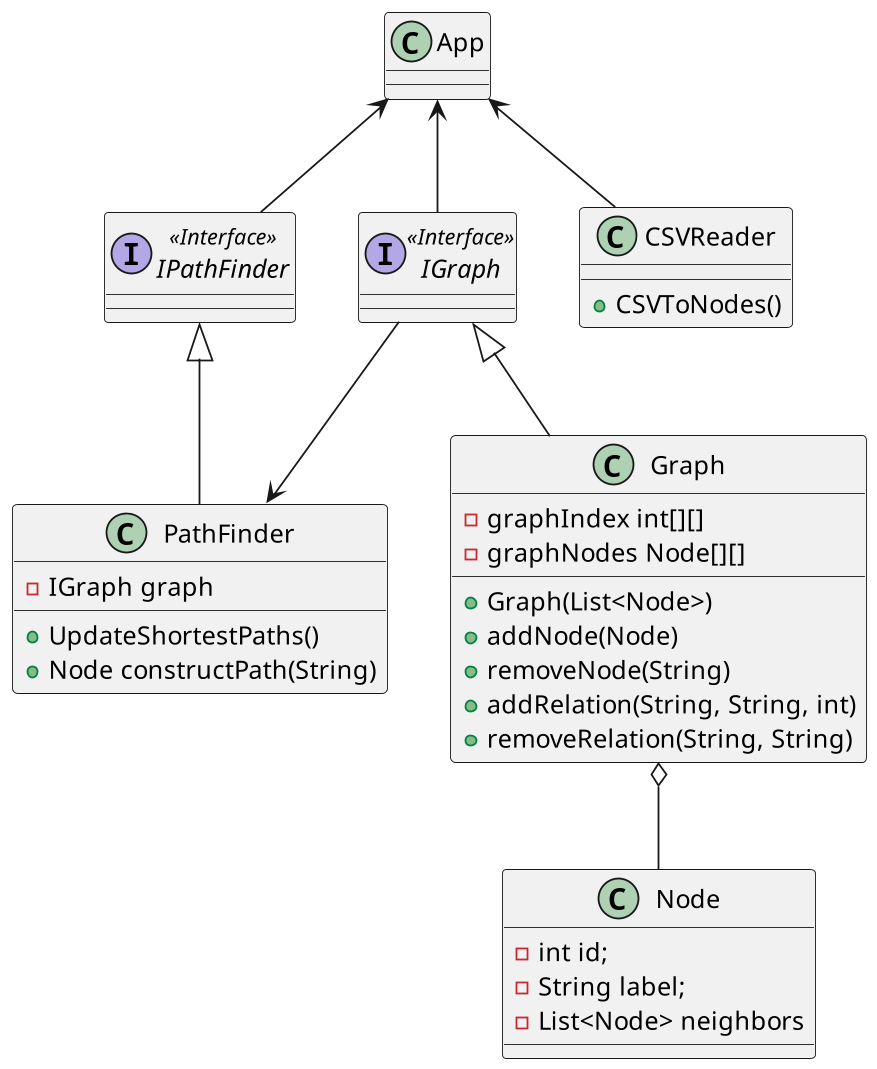
This is classes_UML.png from DanielRasho/HT-10, a PlantUML export, as it was before one commit.
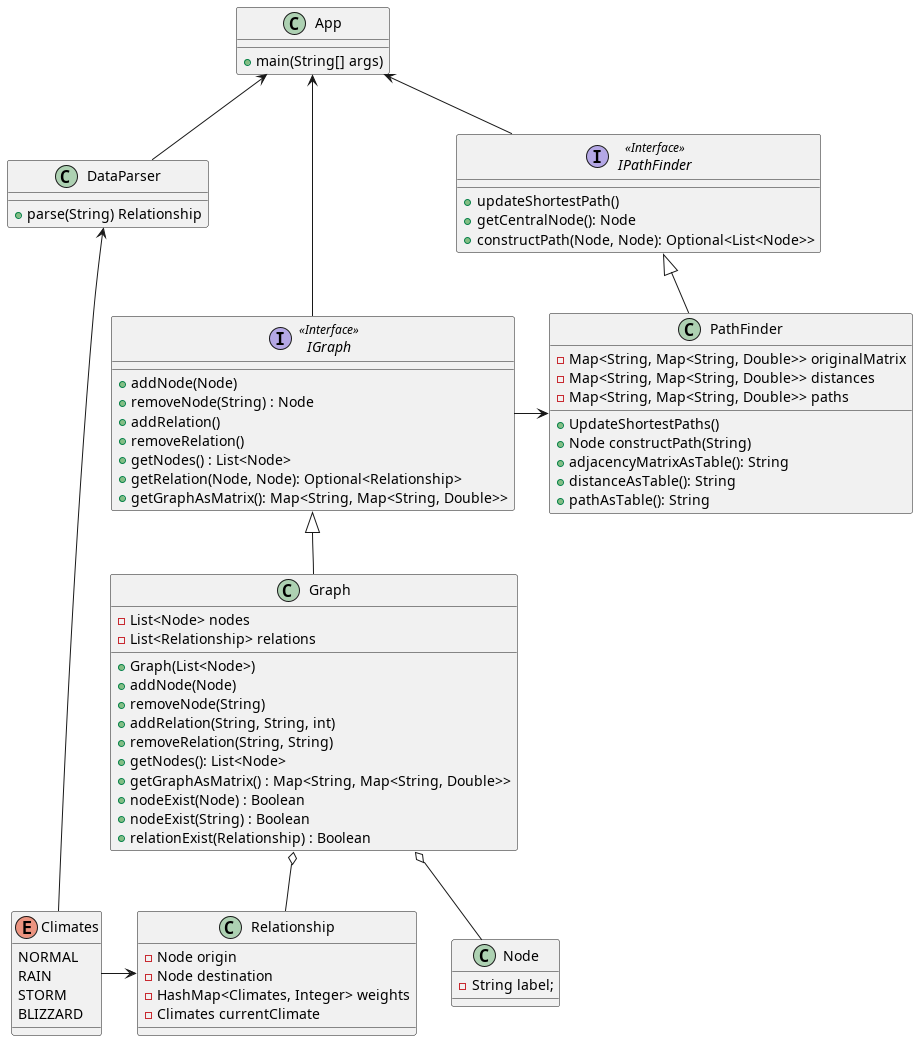
The same file after the commit.

What changed in the source:
```diff
@@ -1,46 +1,99 @@
 @startuml
+
+
 
 interface IPathFinder <<Interface>>
 interface IGraph <<Interface>>
 class Graph
 class Node
+class Relationship
 class PathFinder
 class App
-class CSVReader
+class DataParser
+enum Climates
 
 IPathFinder -u-> App
-CSVReader -u-> App
-IGraph -u-> App
+DataParser -u-> App
+IGraph --u-> App
 PathFinder -u-|> IPathFinder
 IGraph -r-> PathFinder
 Graph -u-|> IGraph
 Graph o-- Node
+Graph o-- Relationship
+Climates -r-> Relationship
+Climates --u--> DataParser
+
+interface IGraph{
+    + addNode(Node)
+    + removeNode(String) : Node
+    + addRelation()
+    + removeRelation()
+    + getNodes() : List<Node>
+    + getRelation(Node, Node): Optional<Relationship>
+    + getGraphAsMatrix(): Map<String, Map<String, Double>>
+}
+
+interface IPathFinder{
+    + updateShortestPath()
+    + getCentralNode(): Node
+    + constructPath(Node, Node): Optional<List<Node>>
+}
+
+class App {
+    + main(String[] args)
+}
+
+enum Climates{
+    NORMAL
+    RAIN
+    STORM
+    BLIZZARD
+}
 
 class Graph{
-    - graphIndex int[][]
-    - graphNodes Node[][]
+    - List<Node> nodes
+    - List<Relationship> relations
 
-    +Graph(List<Node>)
-    +addNode(Node)
-    +removeNode(String)
-    +addRelation(String, String, int)
-    +removeRelation(String, String)
+    + Graph(List<Node>)
+    + addNode(Node)
+    + removeNode(String)
+    + addRelation(String, String, int)
+    + removeRelation(String, String)
+    + getNodes(): List<Node>
+    + getGraphAsMatrix() : Map<String, Map<String, Double>>
+    + nodeExist(Node) : Boolean
+    + nodeExist(String) : Boolean
+    + relationExist(Relationship) : Boolean
+
 }
 
 class PathFinder{
-    - IGraph graph
+    - Map<String, Map<String, Double>> originalMatrix
+    - Map<String, Map<String, Double>> distances
+    - Map<String, Map<String, Double>> paths
+
     + UpdateShortestPaths()
     + Node constructPath(String)
+    + adjacencyMatrixAsTable(): String
+    + distanceAsTable(): String
+    + pathAsTable(): String
+
 }
 
 class Node {
-    - int id;
     - String label;
-    - List<Node> neighbors
 }
 
-class CSVReader{
-    + CSVToNodes()
+class Relationship{
+    - Node origin
+    - Node destination
+    - HashMap<Climates, Integer> weights
+    - Climates currentClimate
+
+}
+
+class DataParser{
+    + parse(String) Relationship
 }
 
 @enduml
```
